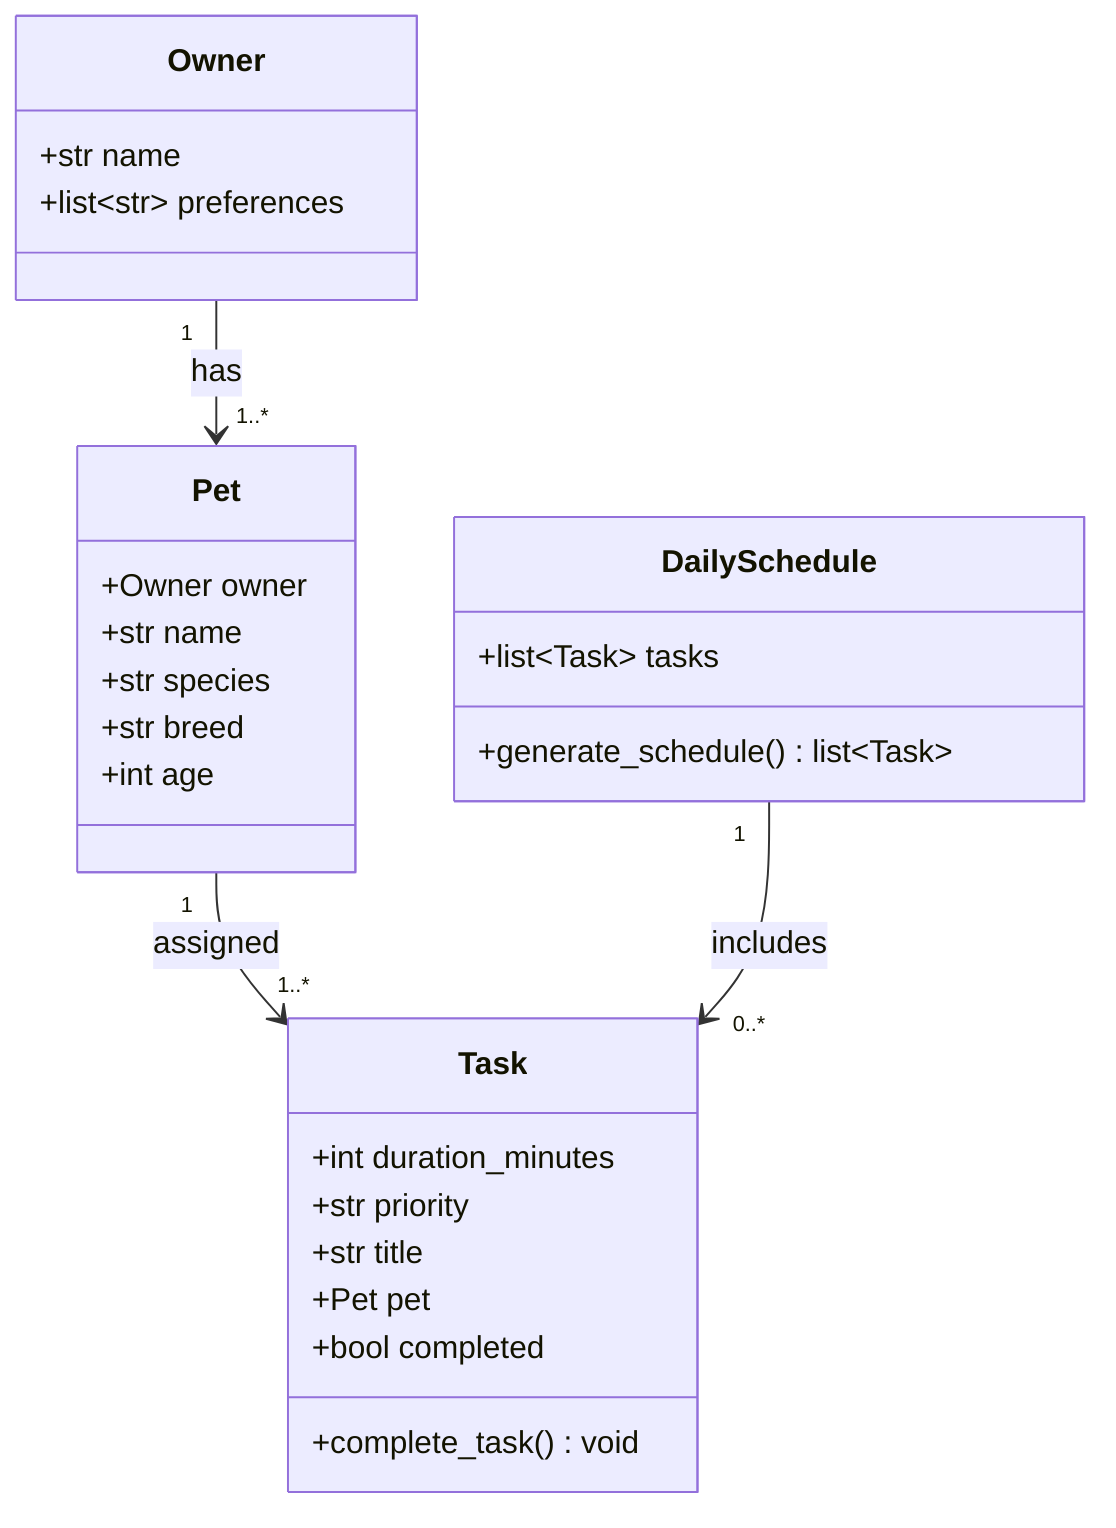
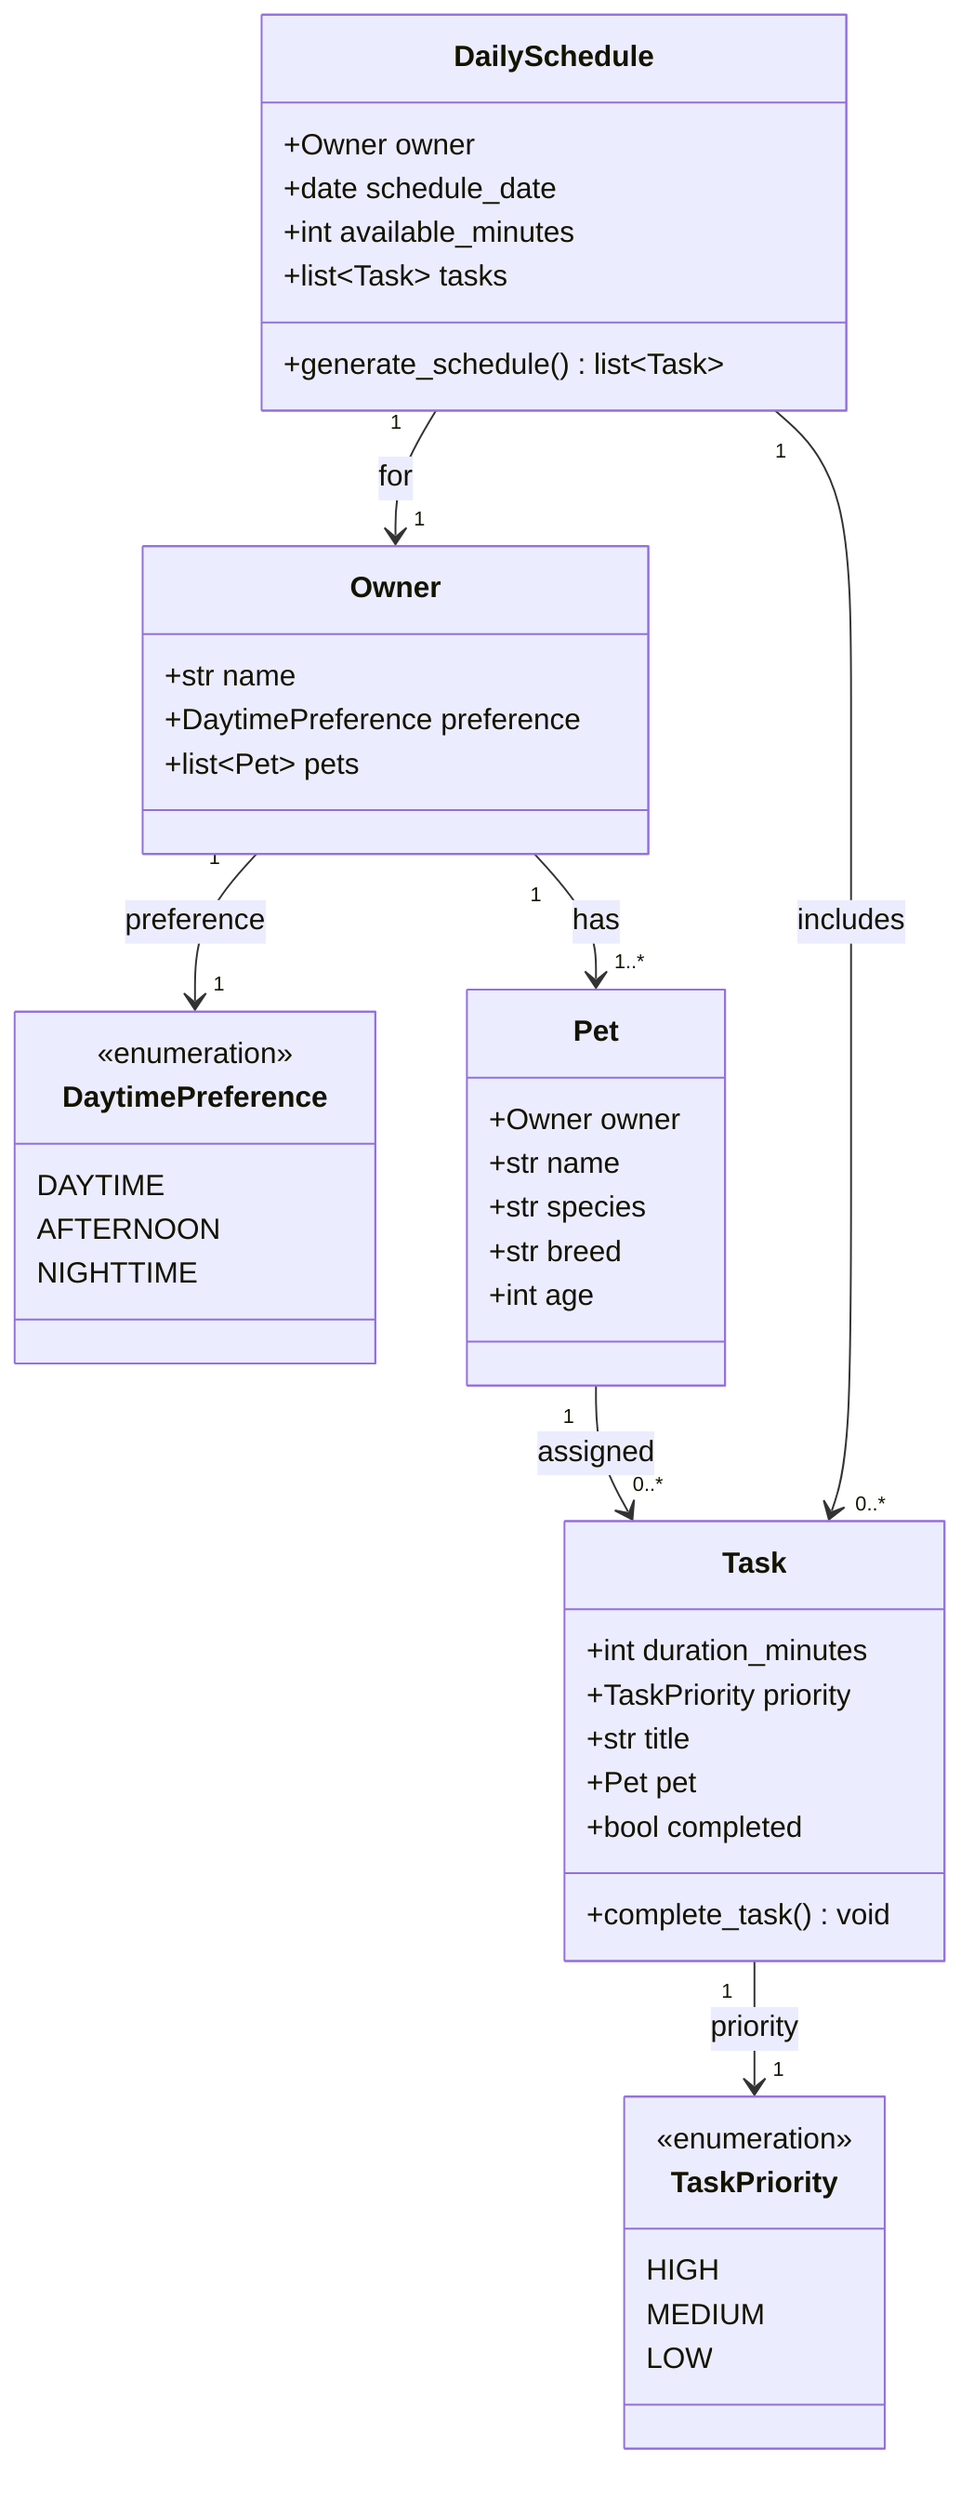
classDiagram
+     class DaytimePreference {
+         <<enumeration>>
+         DAYTIME
+         AFTERNOON
+         NIGHTTIME
+     }
+ 
+     class TaskPriority {
+         <<enumeration>>
+         HIGH
+         MEDIUM
+         LOW
+     }
+ 
    class Owner {
        +str name
-         +list~str~ preferences
+         +DaytimePreference preference
+         +list~Pet~ pets
    }

    class Pet {
        +Owner owner
        +str name
        +str species
        +str breed
        +int age
    }

    class Task {
        +int duration_minutes
-         +str priority
+         +TaskPriority priority
        +str title
        +Pet pet
        +bool completed
        +complete_task() void
    }

    class DailySchedule {
+         +Owner owner
+         +date schedule_date
+         +int available_minutes
        +list~Task~ tasks
        +generate_schedule() list~Task~
    }

+     Owner "1" --> "1" DaytimePreference : preference
    Owner "1" --> "1..*" Pet : has
-     Pet "1" --> "1..*" Task : assigned
+     Pet "1" --> "0..*" Task : assigned
+     Task "1" --> "1" TaskPriority : priority
+     DailySchedule "1" --> "1" Owner : for
    DailySchedule "1" --> "0..*" Task : includes
